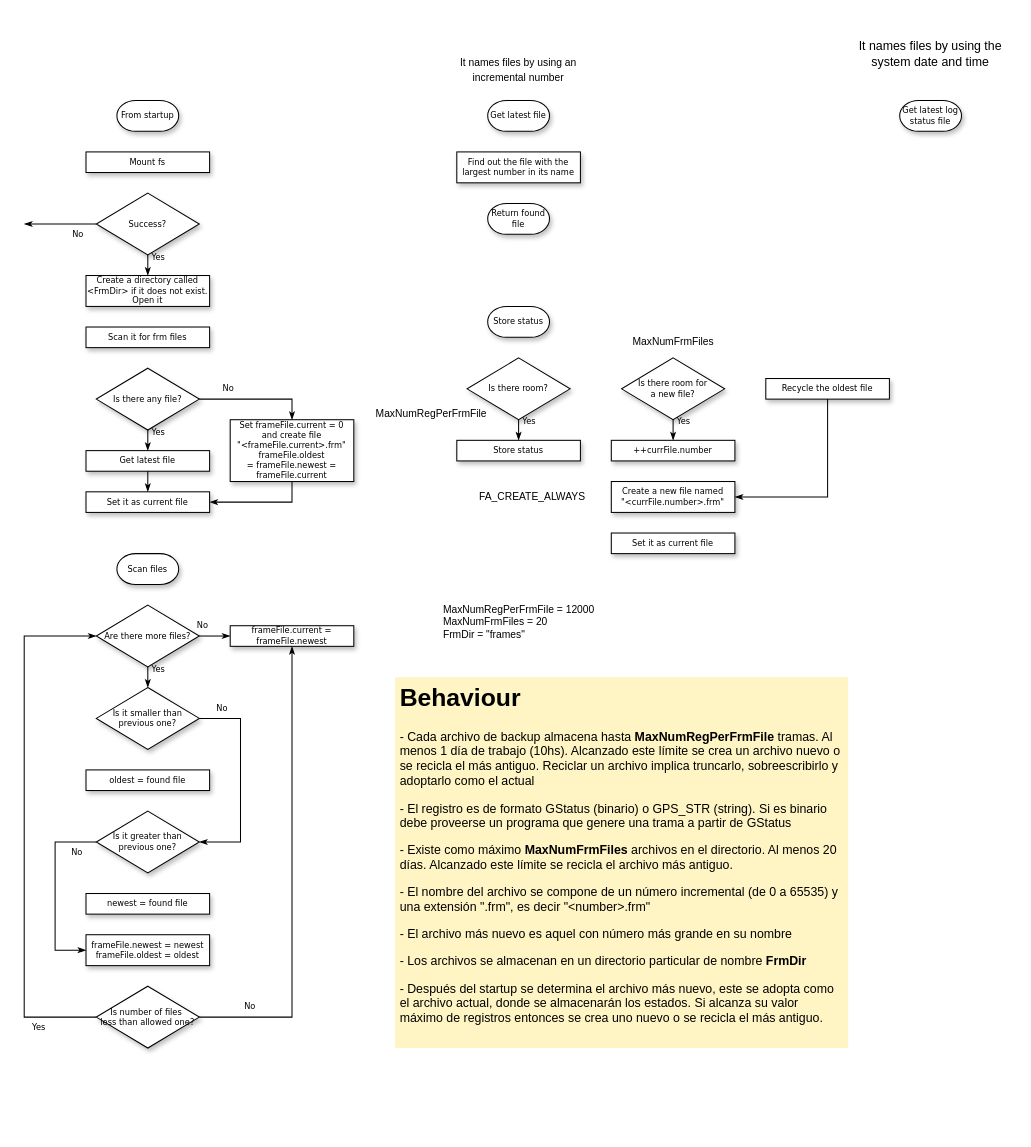
Above: page "Page-1" (1 of 2) of models/structure-interaction/status-backup.drawio in vortexmakes/AgroIoT (draw.io), before the change. Source tidied: cells renumbered, new cells numbered last; positions are measured from the earlier drawing's top-left corner, leaving out a move shared by most shapes. Both pictures are drawn from the tidied source at 103%, with x=0, y=0 at pixel (24, 18).
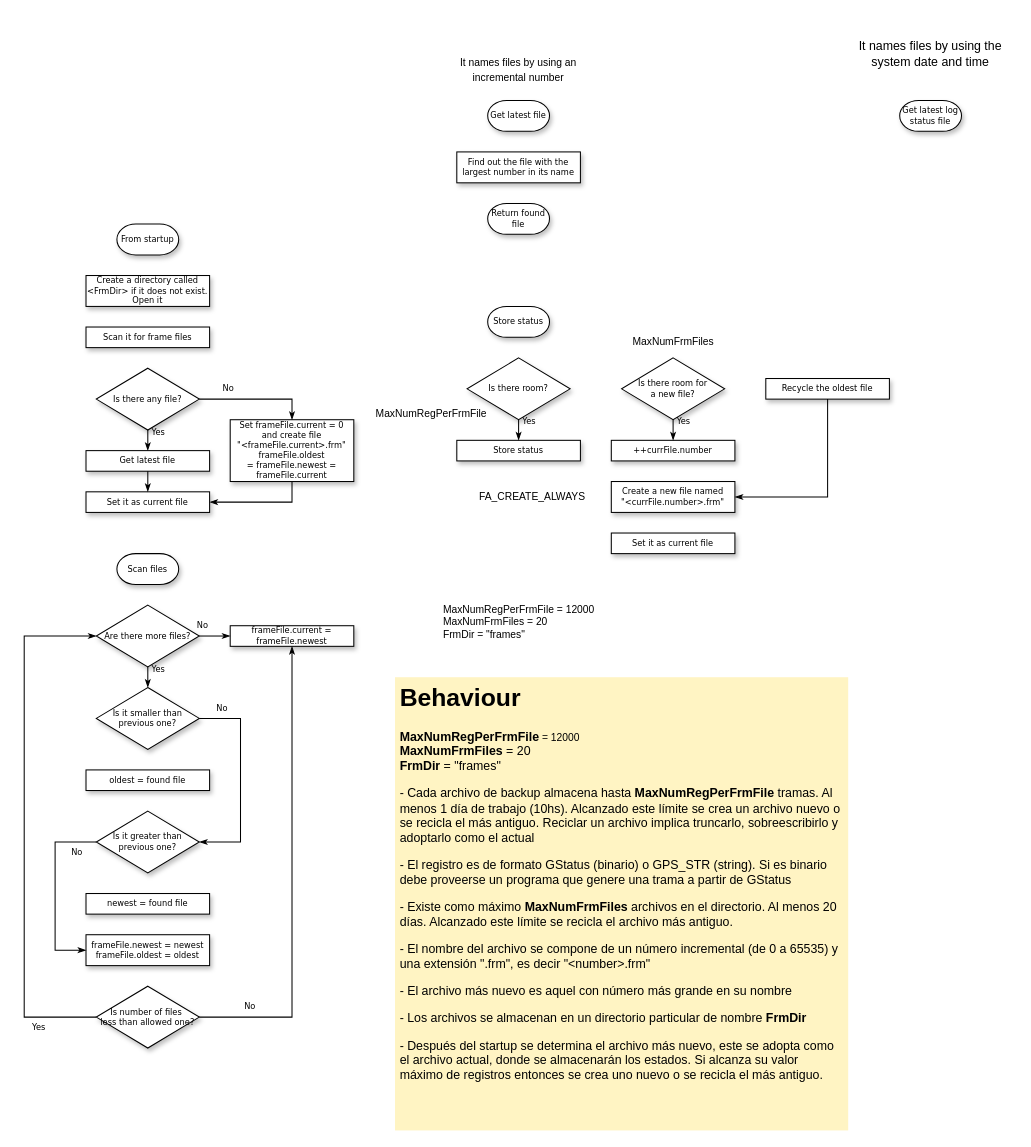
After the change.

Commit message (it also covers changes not shown here):
Added Backup module with first test case

Change to the diagram source:
```diff
@@
-    <mxCell id="4" value="Mount fs" style="whiteSpace=wrap;html=1;rounded=0;shadow=1;labelBackgroundColor=none;strokeWidth=1;fontFamily=Verdana;fontSize=8;align=center;" parent="1" vertex="1">
-      <mxGeometry x="60" y="130" width="120" height="20" as="geometry" />
-    </mxCell>
     <mxCell id="5" value="From startup" style="strokeWidth=1;html=1;shape=mxgraph.flowchart.terminator;whiteSpace=wrap;rounded=0;shadow=1;labelBackgroundColor=none;fontFamily=Verdana;fontSize=8;align=center;" parent="1" vertex="1">
-      <mxGeometry x="90" y="80" width="60" height="30" as="geometry" />
+      <mxGeometry x="90" y="200" width="60" height="30" as="geometry" />
     </mxCell>
@@
-    <mxCell id="14" value="&lt;span&gt;Success?&lt;/span&gt;" style="rhombus;whiteSpace=wrap;html=1;rounded=0;shadow=1;labelBackgroundColor=none;strokeWidth=1;fontFamily=Verdana;fontSize=8;align=center;" parent="1" vertex="1">
-      <mxGeometry x="70" y="170" width="100" height="60" as="geometry" />
-    </mxCell>
-    <mxCell id="15" value="Yes" style="edgeStyle=orthogonalEdgeStyle;rounded=0;html=1;labelBackgroundColor=none;startSize=5;endArrow=classicThin;endFill=1;endSize=5;jettySize=auto;strokeWidth=1;fontFamily=Verdana;fontSize=8;" parent="1" edge="1" source="14">
-      <mxGeometry x="-0.78" y="10" relative="1" as="geometry">
-        <mxPoint x="120" y="250" as="targetPoint" />
-      </mxGeometry>
-    </mxCell>
-    <mxCell id="16" value="No" style="edgeStyle=orthogonalEdgeStyle;rounded=0;html=1;labelBackgroundColor=none;startSize=5;endArrow=classicThin;endFill=1;endSize=5;jettySize=auto;strokeWidth=1;fontFamily=Verdana;fontSize=8;exitX=0;exitY=0.5;exitDx=0;exitDy=0;" parent="1" edge="1" source="14">
-      <mxGeometry x="-0.5" y="10" relative="1" as="geometry">
-        <mxPoint y="200" as="targetPoint" />
-      </mxGeometry>
-    </mxCell>
@@
-    <mxCell id="37" value="Scan it for frm files" style="whiteSpace=wrap;html=1;rounded=0;shadow=1;labelBackgroundColor=none;strokeWidth=1;fontFamily=Verdana;fontSize=8;align=center;" parent="1" vertex="1">
+    <mxCell id="37" value="Scan it for frame files" style="whiteSpace=wrap;html=1;rounded=0;shadow=1;labelBackgroundColor=none;strokeWidth=1;fontFamily=Verdana;fontSize=8;align=center;" parent="1" vertex="1">
       <mxGeometry x="60" y="300" width="120" height="20" as="geometry" />
     </mxCell>
@@
-    <mxCell id="53" value="&lt;h1&gt;Behaviour&lt;/h1&gt;&lt;p&gt;- Cada archivo de backup almacena hasta&amp;nbsp;&lt;span style=&quot;text-align: center ; white-space: nowrap&quot;&gt;&lt;font style=&quot;font-size: 12px&quot;&gt;&lt;b&gt;MaxNumRegPerFrmFile&lt;/b&gt;&lt;/font&gt;&lt;/span&gt;&amp;nbsp;tramas. Al menos 1 día de trabajo (10hs). Alcanzado este límite se crea un archivo nuevo o se recicla el más antiguo. Reciclar un archivo implica truncarlo, sobreescribirlo y adoptarlo como el actual&lt;/p&gt;&lt;p&gt;&lt;span&gt;- El registro es de formato GStatus (binario) o GPS_STR (string). Si es binario debe proveerse un programa que genere una trama a partir de GStatus&lt;/span&gt;&lt;br&gt;&lt;/p&gt;&lt;p&gt;- Existe como máximo &lt;b&gt;MaxNumFrmFiles&lt;/b&gt; archivos en el directorio. Al menos 20 días. Alcanzado este límite se recicla el archivo más antiguo.&lt;/p&gt;&lt;p&gt;- El nombre del archivo se compone de un número incremental (de 0 a 65535) y una extensión &quot;.frm&quot;, es decir &quot;&amp;lt;number&amp;gt;.frm&quot;&lt;/p&gt;&lt;p&gt;- El archivo más nuevo es aquel con número más grande en su nombre&lt;/p&gt;&lt;p&gt;- Los archivos se almacenan en un directorio particular de nombre &lt;b&gt;FrmDir&lt;/b&gt;&lt;/p&gt;&lt;p&gt;- Después del startup se determina el archivo más nuevo, este se adopta como el archivo actual, donde se almacenarán los estados. Si alcanza su valor máximo de registros entonces se crea uno nuevo o se recicla el más antiguo.&lt;/p&gt;&lt;p&gt;&lt;br&gt;&lt;/p&gt;" style="text;html=1;strokeColor=none;fillColor=#FFF4C3;spacing=5;spacingTop=-20;whiteSpace=wrap;overflow=hidden;rounded=0;shadow=0;" parent="1" vertex="1">
-      <mxGeometry x="360" y="640" width="440" height="360" as="geometry" />
+    <mxCell id="53" value="&lt;h1&gt;Behaviour&lt;/h1&gt;&lt;div style=&quot;white-space: nowrap&quot;&gt;&lt;font style=&quot;font-size: 12px&quot;&gt;&lt;b&gt;MaxNumRegPerFrmFile&lt;/b&gt;&lt;/font&gt;&lt;span style=&quot;font-size: 10px&quot;&gt; = 12000&lt;/span&gt;&lt;/div&gt;&lt;div&gt;&lt;b&gt;MaxNumFrmFiles&lt;/b&gt; = 20&lt;/div&gt;&lt;div&gt;&lt;span&gt;&lt;b&gt;FrmDir&lt;/b&gt; = &quot;frames&quot;&lt;/span&gt;&lt;/div&gt;&lt;p&gt;- Cada archivo de backup almacena hasta&amp;nbsp;&lt;span style=&quot;text-align: center ; white-space: nowrap&quot;&gt;&lt;font style=&quot;font-size: 12px&quot;&gt;&lt;b&gt;MaxNumRegPerFrmFile&lt;/b&gt;&lt;/font&gt;&lt;/span&gt;&amp;nbsp;tramas. Al menos 1 día de trabajo (10hs). Alcanzado este límite se crea un archivo nuevo o se recicla el más antiguo. Reciclar un archivo implica truncarlo, sobreescribirlo y adoptarlo como el actual&lt;/p&gt;&lt;p&gt;&lt;span&gt;- El registro es de formato GStatus (binario) o GPS_STR (string). Si es binario debe proveerse un programa que genere una trama a partir de GStatus&lt;/span&gt;&lt;br&gt;&lt;/p&gt;&lt;p&gt;- Existe como máximo &lt;b&gt;MaxNumFrmFiles&lt;/b&gt; archivos en el directorio. Al menos 20 días. Alcanzado este límite se recicla el archivo más antiguo.&lt;/p&gt;&lt;p&gt;- El nombre del archivo se compone de un número incremental (de 0 a 65535) y una extensión &quot;.frm&quot;, es decir &quot;&amp;lt;number&amp;gt;.frm&quot;&lt;/p&gt;&lt;p&gt;- El archivo más nuevo es aquel con número más grande en su nombre&lt;/p&gt;&lt;p&gt;- Los archivos se almacenan en un directorio particular de nombre &lt;b&gt;FrmDir&lt;/b&gt;&lt;/p&gt;&lt;p&gt;- Después del startup se determina el archivo más nuevo, este se adopta como el archivo actual, donde se almacenarán los estados. Si alcanza su valor máximo de registros entonces se crea uno nuevo o se recicla el más antiguo.&lt;/p&gt;&lt;p&gt;&lt;br&gt;&lt;/p&gt;" style="text;html=1;strokeColor=none;fillColor=#FFF4C3;spacing=5;spacingTop=-20;whiteSpace=wrap;overflow=hidden;rounded=0;shadow=0;" parent="1" vertex="1">
+      <mxGeometry x="360" y="640" width="440" height="440" as="geometry" />
     </mxCell>
```
